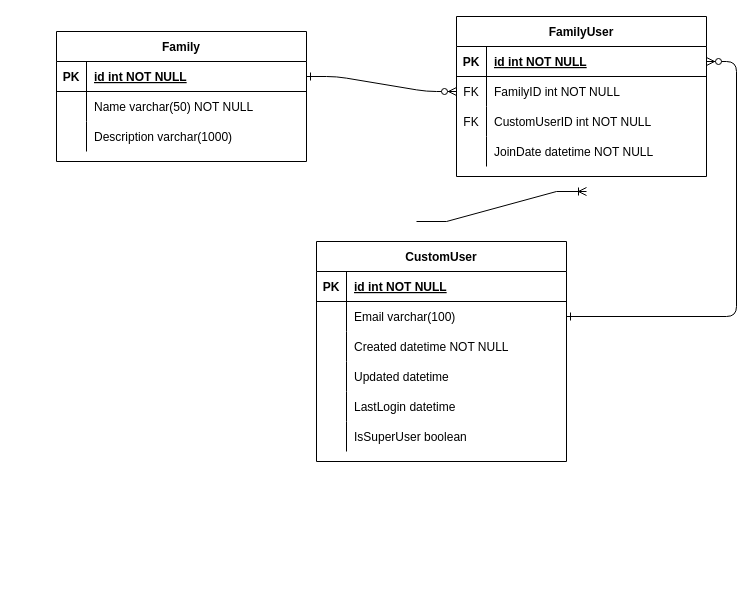
This is documentation/erds/FamilyThingsERD.drawio from WimpieRatte/FamilyThings, a draw.io file, before an edit. Source tidied: cells renumbered, new cells numbered last; positions are measured from the earlier drawing's top-left corner, leaving out a move shared by most shapes. Both pictures are drawn from the tidied source at 100%, with x=0, y=0 at pixel (56, 16).
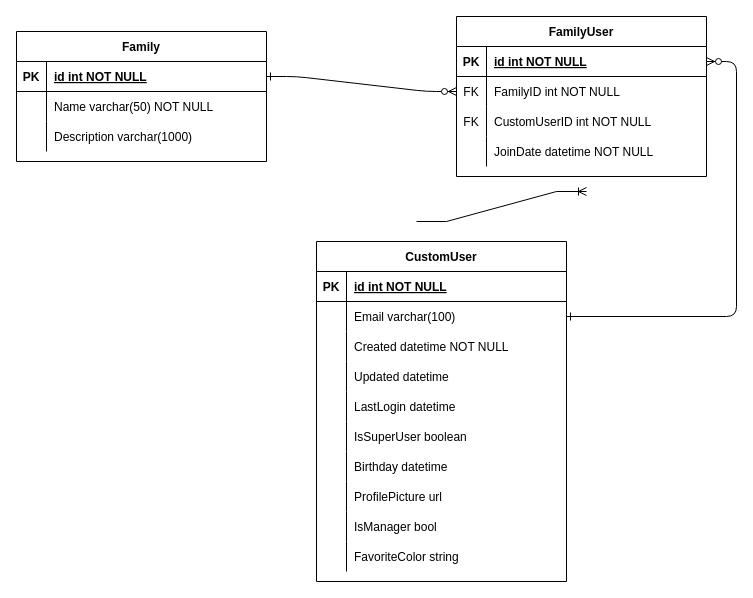
The same diagram, later.

Diff of the diagram source:
```diff
@@
     <mxCell id="16" value="CustomUser" style="shape=table;startSize=30;childLayout=tableLayout;rowLines=0;fontStyle=1;align=center;" parent="1" vertex="1">
-      <mxGeometry x="260" y="225" width="250" height="220" as="geometry" />
+      <mxGeometry x="260" y="225" width="250" height="340" as="geometry" />
     </mxCell>
@@
+    <mxCell id="47" style="shape=partialRectangle;fillColor=none;top=0;left=0;right=0;bottom=0;" parent="16" vertex="1">
+      <mxGeometry y="210" width="250" height="30" as="geometry" />
+    </mxCell>
+    <mxCell id="48" style="shape=partialRectangle;overflow=hidden;fillColor=none;top=0;left=0;bottom=0;right=0;" parent="47" vertex="1">
+      <mxGeometry width="30" height="30" as="geometry" />
+    </mxCell>
+    <mxCell id="49" value="Birthday datetime" style="shape=partialRectangle;overflow=hidden;fillColor=none;top=0;left=0;bottom=0;right=0;align=left;spacingLeft=6;" parent="47" vertex="1">
+      <mxGeometry x="30" width="220" height="30" as="geometry" />
+    </mxCell>
+    <mxCell id="50" style="shape=partialRectangle;fillColor=none;top=0;left=0;right=0;bottom=0;" parent="16" vertex="1">
+      <mxGeometry y="240" width="250" height="30" as="geometry" />
+    </mxCell>
+    <mxCell id="51" style="shape=partialRectangle;overflow=hidden;fillColor=none;top=0;left=0;bottom=0;right=0;" parent="50" vertex="1">
+      <mxGeometry width="30" height="30" as="geometry" />
+    </mxCell>
+    <mxCell id="52" value="ProfilePicture url" style="shape=partialRectangle;overflow=hidden;fillColor=none;top=0;left=0;bottom=0;right=0;align=left;spacingLeft=6;" parent="50" vertex="1">
+      <mxGeometry x="30" width="220" height="30" as="geometry" />
+    </mxCell>
+    <mxCell id="53" style="shape=partialRectangle;fillColor=none;top=0;left=0;right=0;bottom=0;" parent="16" vertex="1">
+      <mxGeometry y="270" width="250" height="30" as="geometry" />
+    </mxCell>
+    <mxCell id="54" style="shape=partialRectangle;overflow=hidden;fillColor=none;top=0;left=0;bottom=0;right=0;" parent="53" vertex="1">
+      <mxGeometry width="30" height="30" as="geometry" />
+    </mxCell>
+    <mxCell id="55" value="IsManager bool" style="shape=partialRectangle;overflow=hidden;fillColor=none;top=0;left=0;bottom=0;right=0;align=left;spacingLeft=6;" parent="53" vertex="1">
+      <mxGeometry x="30" width="220" height="30" as="geometry" />
+    </mxCell>
+    <mxCell id="56" style="shape=partialRectangle;fillColor=none;top=0;left=0;right=0;bottom=0;" parent="16" vertex="1">
+      <mxGeometry y="300" width="250" height="30" as="geometry" />
+    </mxCell>
+    <mxCell id="57" style="shape=partialRectangle;overflow=hidden;fillColor=none;top=0;left=0;bottom=0;right=0;" parent="56" vertex="1">
+      <mxGeometry width="30" height="30" as="geometry" />
+    </mxCell>
+    <mxCell id="58" value="FavoriteColor string" style="shape=partialRectangle;overflow=hidden;fillColor=none;top=0;left=0;bottom=0;right=0;align=left;spacingLeft=6;" parent="56" vertex="1">
+      <mxGeometry x="30" width="220" height="30" as="geometry" />
+    </mxCell>
     <mxCell id="35" value="Family" style="shape=table;startSize=30;childLayout=tableLayout;rowLines=0;fontStyle=1;align=center;" parent="1" vertex="1">
-      <mxGeometry y="15" width="250" height="130" as="geometry" />
+      <mxGeometry x="-40" y="15" width="250" height="130" as="geometry" />
     </mxCell>
```
